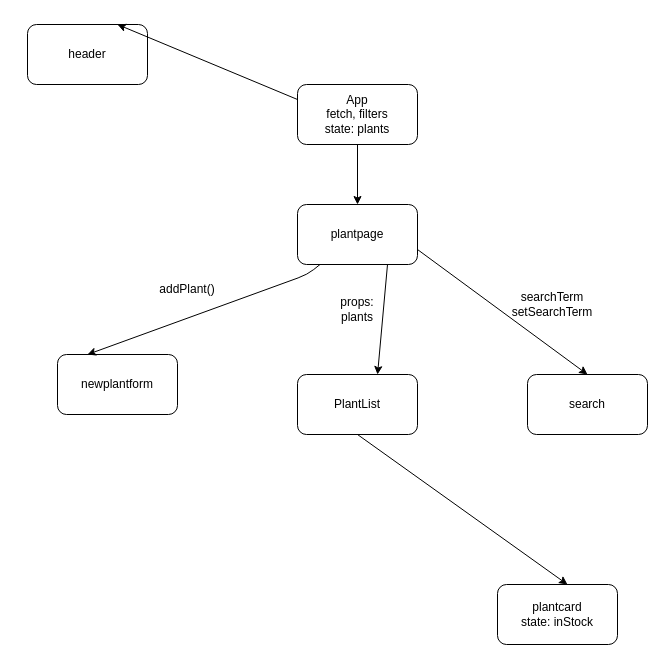
This is src/components/componentMap.drawio from CKjolhede/react-hooks-cc-plantshop, a draw.io file, before an edit. Source tidied: cells renumbered, new cells numbered last; positions are measured from the earlier drawing's top-left corner, leaving out a move shared by most shapes. Both pictures are drawn from the tidied source at 100%, with x=0, y=0 at pixel (27, 24).
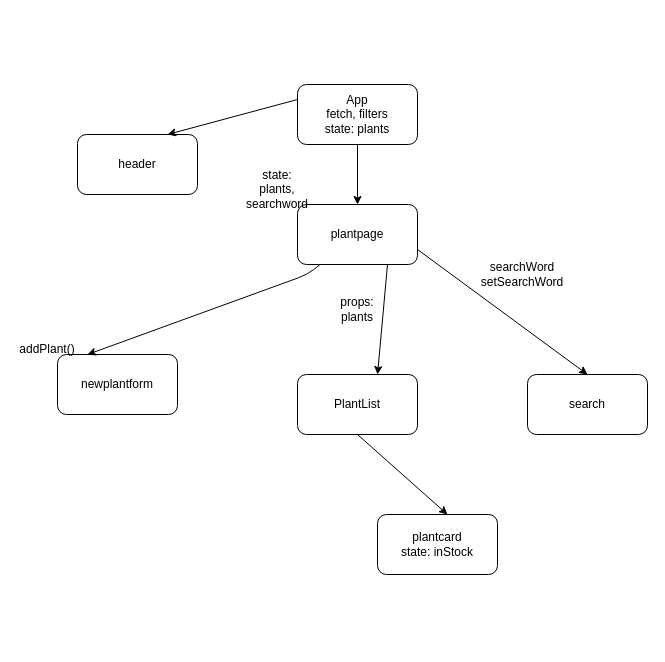
The same page after the edit.

Change to the diagram source:
```diff
@@
     <mxCell id="3" value="header" style="rounded=1;whiteSpace=wrap;html=1;" parent="1" vertex="1">
-      <mxGeometry width="120" height="60" as="geometry" />
+      <mxGeometry x="50" y="110" width="120" height="60" as="geometry" />
     </mxCell>
@@
     <mxCell id="8" value="plantcard&lt;br&gt;state: inStock" style="rounded=1;whiteSpace=wrap;html=1;" parent="1" vertex="1">
-      <mxGeometry x="470" y="560" width="120" height="60" as="geometry" />
+      <mxGeometry x="350" y="490" width="120" height="60" as="geometry" />
     </mxCell>
@@
     <mxCell id="12" value="addPlant()&lt;br&gt;" style="text;html=1;strokeColor=none;fillColor=none;align=center;verticalAlign=middle;whiteSpace=wrap;rounded=0;" parent="1" vertex="1">
-      <mxGeometry x="130" y="250" width="60" height="30" as="geometry" />
+      <mxGeometry x="-10" y="310" width="60" height="30" as="geometry" />
     </mxCell>
-    <mxCell id="13" value="searchTerm&lt;br&gt;setSearchTerm" style="text;html=1;strokeColor=none;fillColor=none;align=center;verticalAlign=middle;whiteSpace=wrap;rounded=0;" parent="1" vertex="1">
-      <mxGeometry x="495" y="250" width="60" height="60" as="geometry" />
+    <mxCell id="13" value="searchWord&lt;br&gt;setSearchWord" style="text;html=1;strokeColor=none;fillColor=none;align=center;verticalAlign=middle;whiteSpace=wrap;rounded=0;" parent="1" vertex="1">
+      <mxGeometry x="465" y="220" width="60" height="60" as="geometry" />
     </mxCell>
@@
+    <mxCell id="18" value="state: plants, searchword" style="text;html=1;strokeColor=none;fillColor=none;align=center;verticalAlign=middle;whiteSpace=wrap;rounded=0;" parent="1" vertex="1">
+      <mxGeometry x="220" y="150" width="60" height="30" as="geometry" />
+    </mxCell>
```
